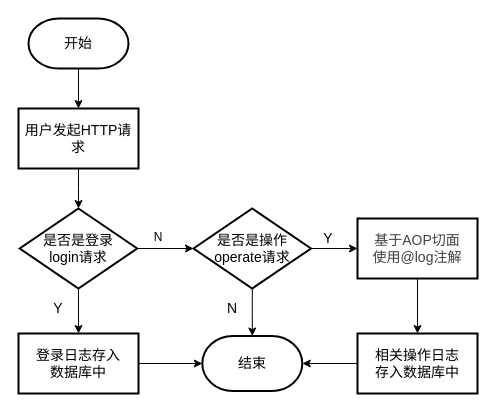
Above: 日志管理模块流程图.drawio in zhangruyi3906/img (draw.io), before the change. Source tidied: cells renumbered, new cells numbered last; positions are measured from the earlier drawing's top-left corner, leaving out a move shared by most shapes. Both pictures are drawn from the tidied source at 100%, with x=0, y=0 at pixel (18, 18).
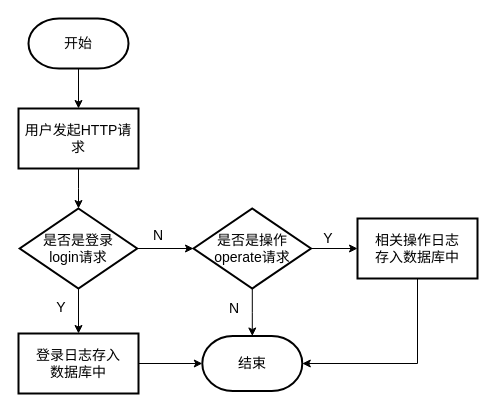
The same page after the edit.

Commit message:
更新日志管理模块流程图.drawio

Unchanged cells that the change refers to:
```xml
<mxCell id="18" value="&lt;font style=&quot;font-size: 14px;&quot;&gt;结束&lt;/font&gt;" style="strokeWidth=2;html=1;shape=mxgraph.flowchart.terminator;whiteSpace=wrap;" parent="1" vertex="1">
  <mxGeometry x="183.8" y="317.5" width="100" height="55" as="geometry" />
</mxCell>
```

Change to the diagram source:
```diff
@@
-    <mxCell id="14" style="edgeStyle=orthogonalEdgeStyle;rounded=0;jettySize=auto;html=1;" parent="1" edge="1" source="15" target="17">
-      <mxGeometry relative="1" as="geometry" />
-    </mxCell>
-    <mxCell id="15" value="&lt;font&gt;&lt;span style=&quot;color: rgb(64, 64, 64); text-align: start; background-color: rgb(255, 255, 255);&quot;&gt;&lt;font style=&quot;font-size: 14px;&quot; face=&quot;Helvetica&quot;&gt;基于AOP切面&lt;/font&gt;&lt;/span&gt;&lt;/font&gt;&lt;div&gt;&lt;font&gt;&lt;span style=&quot;color: rgb(64, 64, 64); text-align: start; background-color: rgb(255, 255, 255);&quot;&gt;&lt;font style=&quot;font-size: 14px;&quot;&gt;&lt;font style=&quot;&quot; face=&quot;Helvetica&quot;&gt;使用@log&lt;/font&gt;&lt;font style=&quot;&quot; face=&quot;Helvetica&quot;&gt;注解&lt;/font&gt;&lt;/font&gt;&lt;/span&gt;&lt;br&gt;&lt;/font&gt;&lt;/div&gt;" style="whiteSpace=wrap;html=1;strokeWidth=2;" parent="1" vertex="1">
+    <mxCell id="15" value="&lt;div&gt;&lt;font&gt;&lt;font style=&quot;font-size: 14px;&quot;&gt;相关操作日志&lt;/font&gt;&lt;div&gt;&lt;font style=&quot;font-size: 14px;&quot;&gt;存入数据库中&lt;/font&gt;&lt;/div&gt;&lt;/font&gt;&lt;/div&gt;" style="whiteSpace=wrap;html=1;strokeWidth=2;" parent="1" vertex="1">
       <mxGeometry x="339" y="200" width="120" height="60" as="geometry" />
     </mxCell>
-    <mxCell id="16" style="edgeStyle=orthogonalEdgeStyle;rounded=0;jettySize=auto;html=1;" parent="1" edge="1" source="17" target="18">
-      <mxGeometry relative="1" as="geometry" />
-    </mxCell>
-    <mxCell id="17" value="&lt;font style=&quot;font-size: 14px;&quot;&gt;相关操作日志&lt;/font&gt;&lt;div&gt;&lt;font style=&quot;font-size: 14px;&quot;&gt;存入数据库中&lt;/font&gt;&lt;/div&gt;" style="whiteSpace=wrap;html=1;strokeWidth=2;" parent="1" vertex="1">
-      <mxGeometry x="339" y="315" width="120" height="60" as="geometry" />
-    </mxCell>
@@
     <mxCell id="19" value="&lt;font style=&quot;font-size: 14px;&quot;&gt;Y&lt;/font&gt;" style="text;html=1;align=center;verticalAlign=middle;whiteSpace=wrap;rounded=0;" parent="1" vertex="1">
-      <mxGeometry x="10" y="275" width="60" height="30" as="geometry" />
+      <mxGeometry x="13" y="274" width="60" height="30" as="geometry" />
     </mxCell>
-    <mxCell id="20" value="N" style="text;html=1;align=center;verticalAlign=middle;whiteSpace=wrap;rounded=0;" parent="1" vertex="1">
-      <mxGeometry x="110" y="204" width="60" height="30" as="geometry" />
+    <mxCell id="20" value="&lt;font style=&quot;font-size: 14px;&quot;&gt;N&lt;/font&gt;" style="text;html=1;align=center;verticalAlign=middle;whiteSpace=wrap;rounded=0;" parent="1" vertex="1">
+      <mxGeometry x="110" y="202" width="60" height="30" as="geometry" />
     </mxCell>
     <mxCell id="21" value="&lt;font style=&quot;font-size: 14px;&quot;&gt;N&lt;/font&gt;" style="text;html=1;align=center;verticalAlign=middle;whiteSpace=wrap;rounded=0;" parent="1" vertex="1">
-      <mxGeometry x="183.8" y="275" width="60" height="30" as="geometry" />
+      <mxGeometry x="185.8" y="275" width="60" height="30" as="geometry" />
     </mxCell>
@@
+    <mxCell id="23" style="edgeStyle=orthogonalEdgeStyle;rounded=0;jettySize=auto;html=1;exitX=0.5;exitY=1;exitDx=0;exitDy=0;entryX=1;entryY=0.5;entryDx=0;entryDy=0;entryPerimeter=0;" parent="1" edge="1" source="15" target="18">
+      <mxGeometry relative="1" as="geometry" />
+    </mxCell>
```
